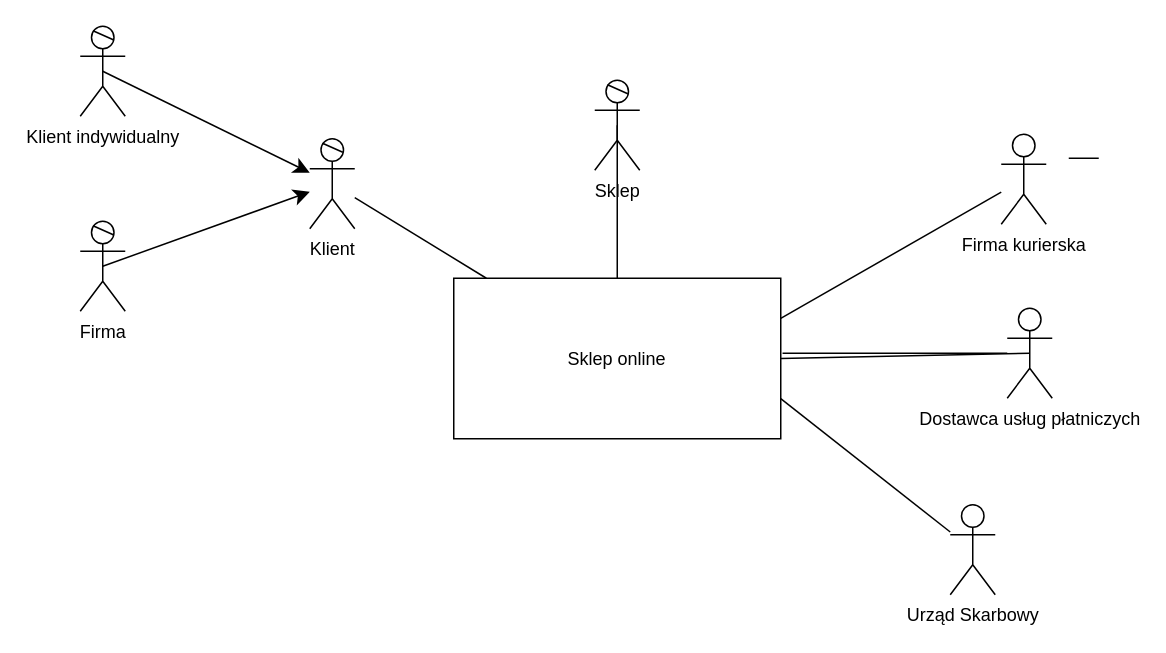
The draw.io diagram Diagram bez tytułu.drawio in Tarik-Alaiwi-dev/psi, before the edit. Source tidied: cells renumbered, new cells numbered last; positions are measured from the earlier drawing's top-left corner, leaving out a move shared by most shapes. Both pictures are drawn from the tidied source at 150%, with x=0, y=0 at pixel (80, 26).
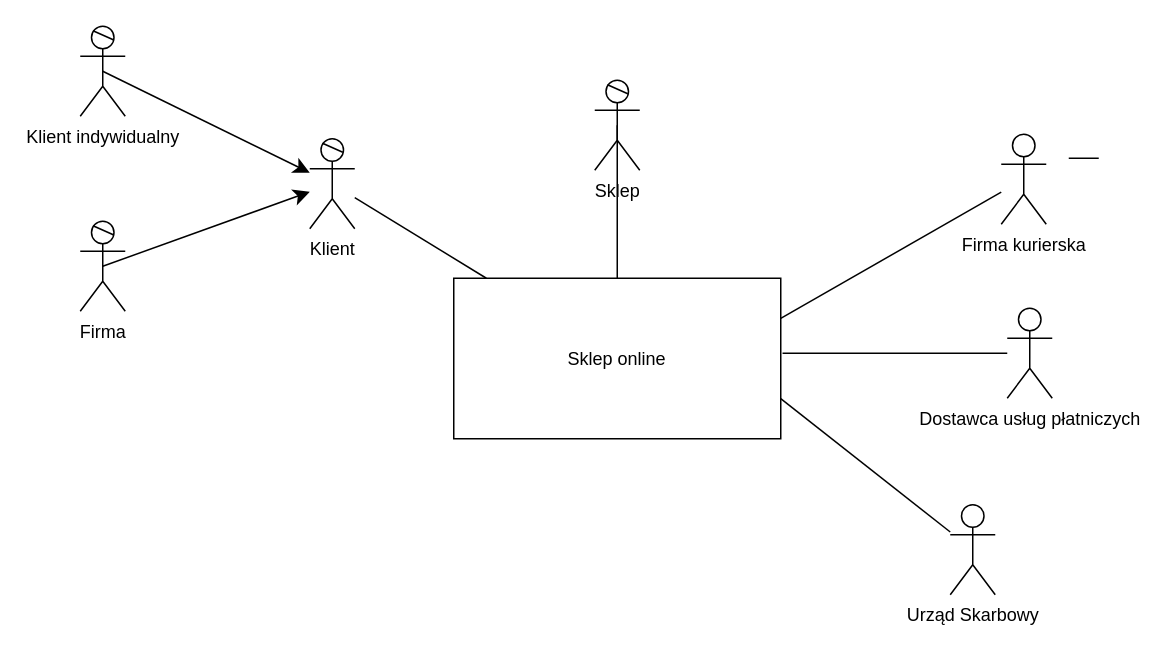
The same diagram, later.

The change refers to these unchanged cells:
```xml
<mxCell id="2" value="Sklep online" style="rounded=0;whiteSpace=wrap;html=1;" parent="1" vertex="1">
  <mxGeometry x="249" y="168" width="218" height="107" as="geometry" />
</mxCell>
<mxCell id="12" value="Dostawca usług płatniczych" style="shape=umlActor;verticalLabelPosition=bottom;verticalAlign=top;html=1;" parent="1" vertex="1">
  <mxGeometry x="618" y="188" width="30" height="60" as="geometry" />
</mxCell>
```

What changed in the source:
```diff
@@
-    <mxCell id="19" style="endArrow=none;html=1;rounded=0;entryX=0.5;entryY=0.5;entryDx=0;entryDy=0;entryPerimeter=0;exitX=1;exitY=0.5;exitDx=0;exitDy=0;" parent="1" edge="1" source="2" target="12">
-      <mxGeometry relative="1" as="geometry" />
-    </mxCell>
```
